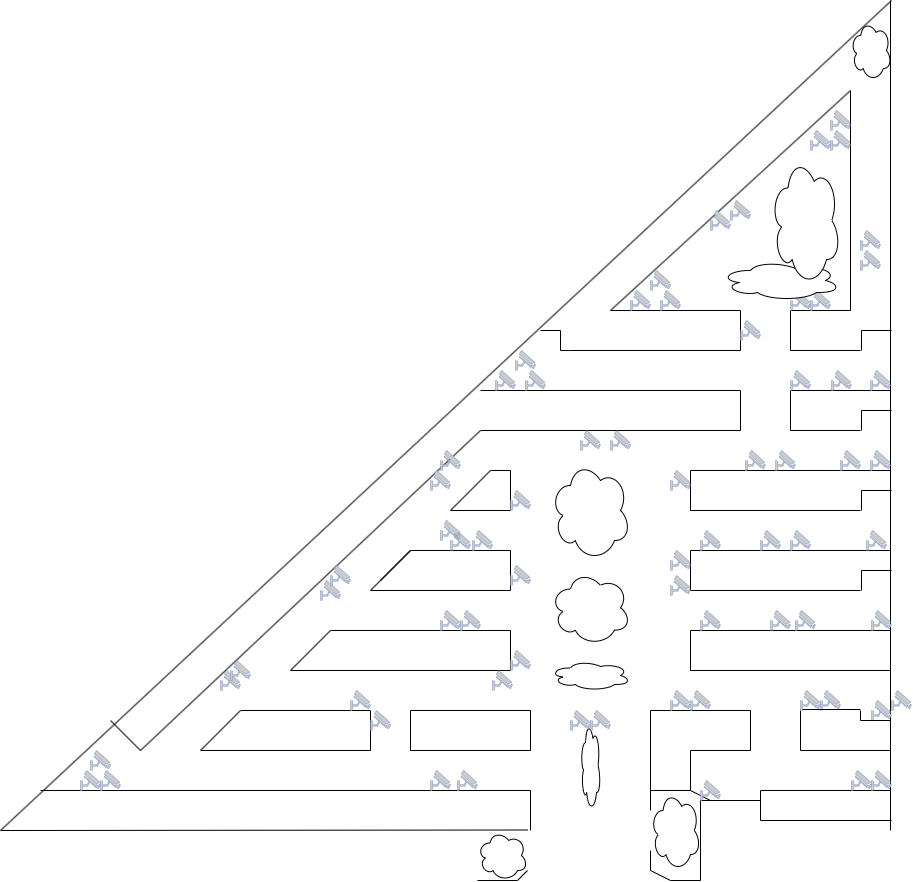
Before: Mapa.drawio.png, a diagram exported from draw.io (0002itz/pruevas-registro-de-seguridad). Source tidied: cells renumbered, new cells last; positions are measured from the earlier drawing's top-left corner, leaving out a move shared by most shapes.
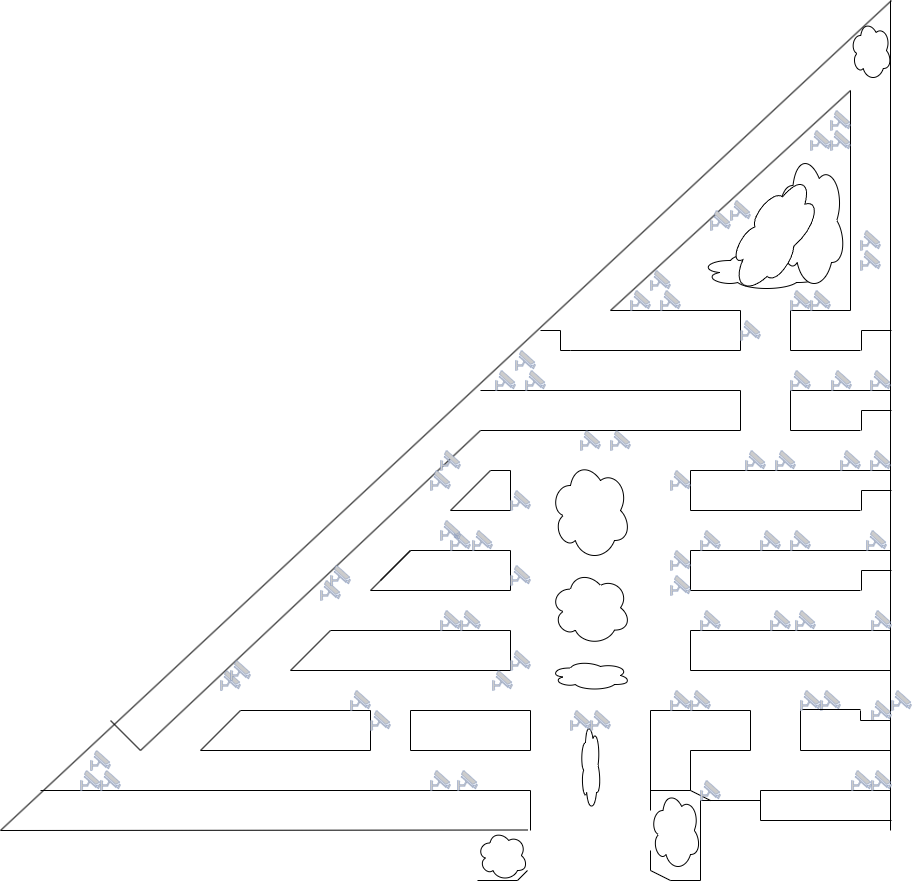
After the change.

What changed in the source:
```diff
@@ -711,13 +711,16 @@
       <mxGeometry x="810" y="130" width="20" height="20" as="geometry" />
     </mxCell>
     <mxCell id="153" style="ellipse;shape=cloud;whiteSpace=wrap;html=1;" parent="1" vertex="1">
-      <mxGeometry x="720" y="260" width="120" height="40" as="geometry" />
+      <mxGeometry x="700" y="250" width="120" height="40" as="geometry" />
     </mxCell>
     <mxCell id="154" style="ellipse;shape=cloud;whiteSpace=wrap;html=1;" parent="1" vertex="1">
       <mxGeometry x="850" y="20" width="41" height="60" as="geometry" />
     </mxCell>
     <mxCell id="155" style="ellipse;shape=cloud;whiteSpace=wrap;html=1;" parent="1" vertex="1">
-      <mxGeometry x="770" y="155" width="70" height="130" as="geometry" />
+      <mxGeometry x="775" y="150" width="70" height="140" as="geometry" />
     </mxCell>
+    <mxCell id="156" style="ellipse;shape=cloud;whiteSpace=wrap;html=1;rotation=35;" parent="1" vertex="1">
+      <mxGeometry x="745" y="165" width="60" height="135" as="geometry" />
+    </mxCell>
   </root>
 </mxGraphModel>
```
